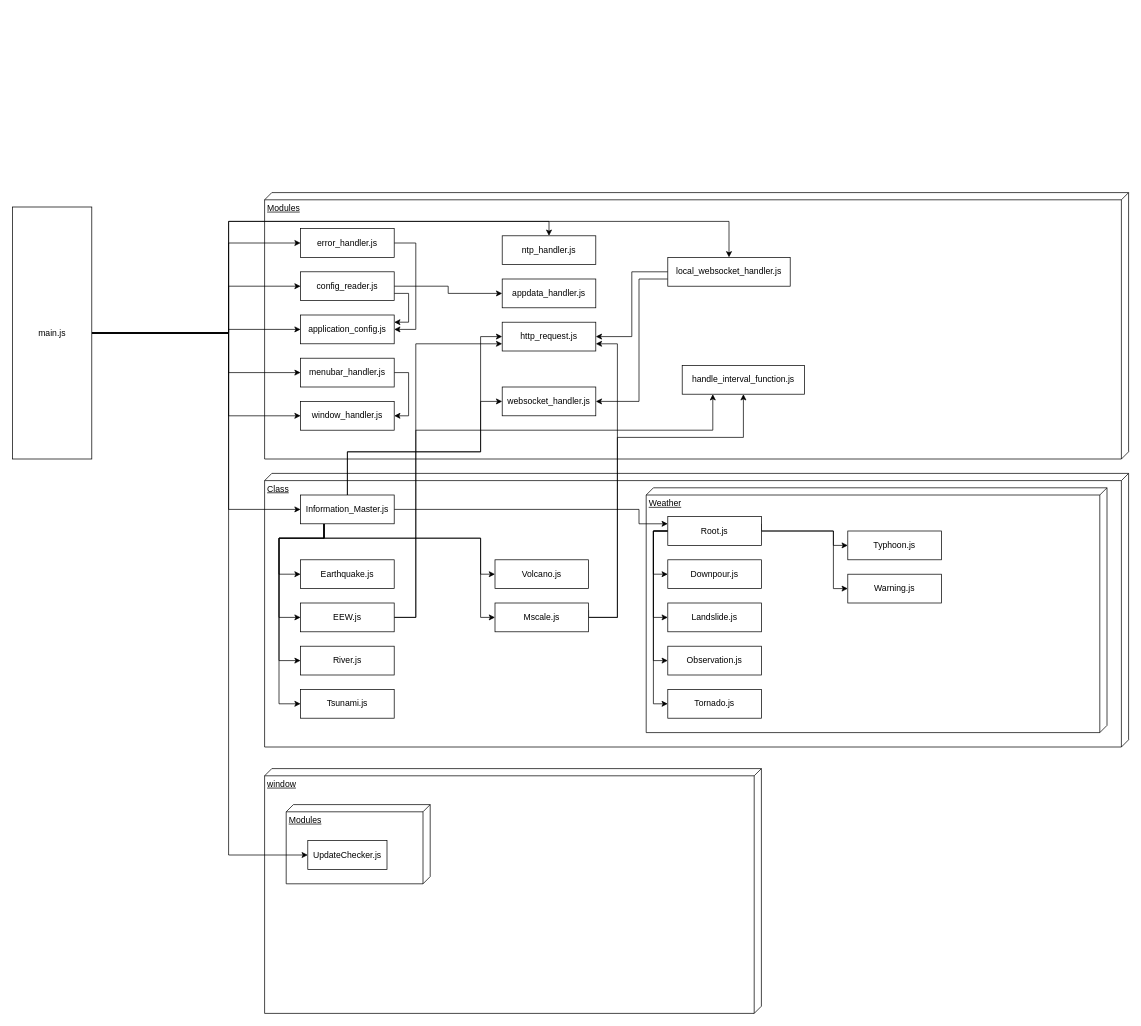
Above: 依存関係.drawio in md-ndv356/ndv-ticker-app (draw.io), before the change. Source tidied: cells renumbered, new cells numbered last; positions are measured from the earlier drawing's top-left corner, leaving out a move shared by most shapes. Both pictures are drawn from the tidied source at 72%, with x=0, y=0 at pixel (12, 192).
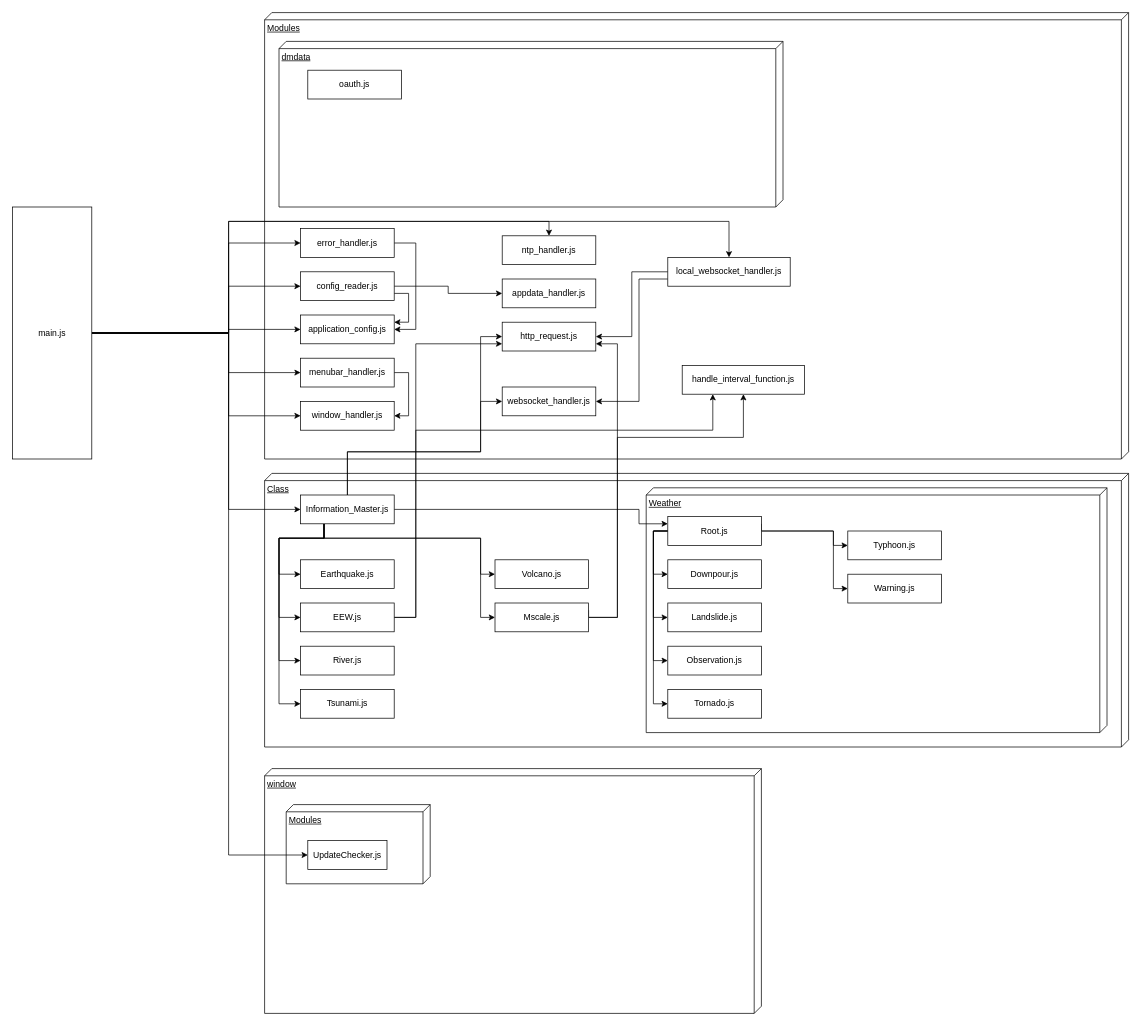
Above is the later version.

Commit message:
依存関係.drawio を更新します

Diff of the diagram source:
```diff
@@
     <mxCell id="5" value="Modules" style="verticalAlign=top;align=left;spacingTop=8;spacingLeft=2;spacingRight=12;shape=cube;size=10;direction=south;fontStyle=4;html=1;whiteSpace=wrap;strokeColor=light-dark(#000000,#7EA6E0);fontColor=light-dark(#000000,#7EA6E0);" parent="1" vertex="1">
-      <mxGeometry x="350" width="1200" height="370" as="geometry" />
+      <mxGeometry x="350" y="-250" width="1200" height="620" as="geometry" />
     </mxCell>
@@
+    <mxCell id="68" value="dmdata" style="verticalAlign=top;align=left;spacingTop=8;spacingLeft=2;spacingRight=12;shape=cube;size=10;direction=south;fontStyle=4;html=1;whiteSpace=wrap;fontColor=light-dark(#000000,#9AC7BF);strokeColor=light-dark(#000000,#9AC7BF);" parent="1" vertex="1">
+      <mxGeometry x="370" y="-210" width="700" height="230" as="geometry" />
+    </mxCell>
+    <mxCell id="69" value="oauth.js" style="html=1;whiteSpace=wrap;" parent="1" vertex="1">
+      <mxGeometry x="410" y="-170" width="130" height="40" as="geometry" />
+    </mxCell>
```
